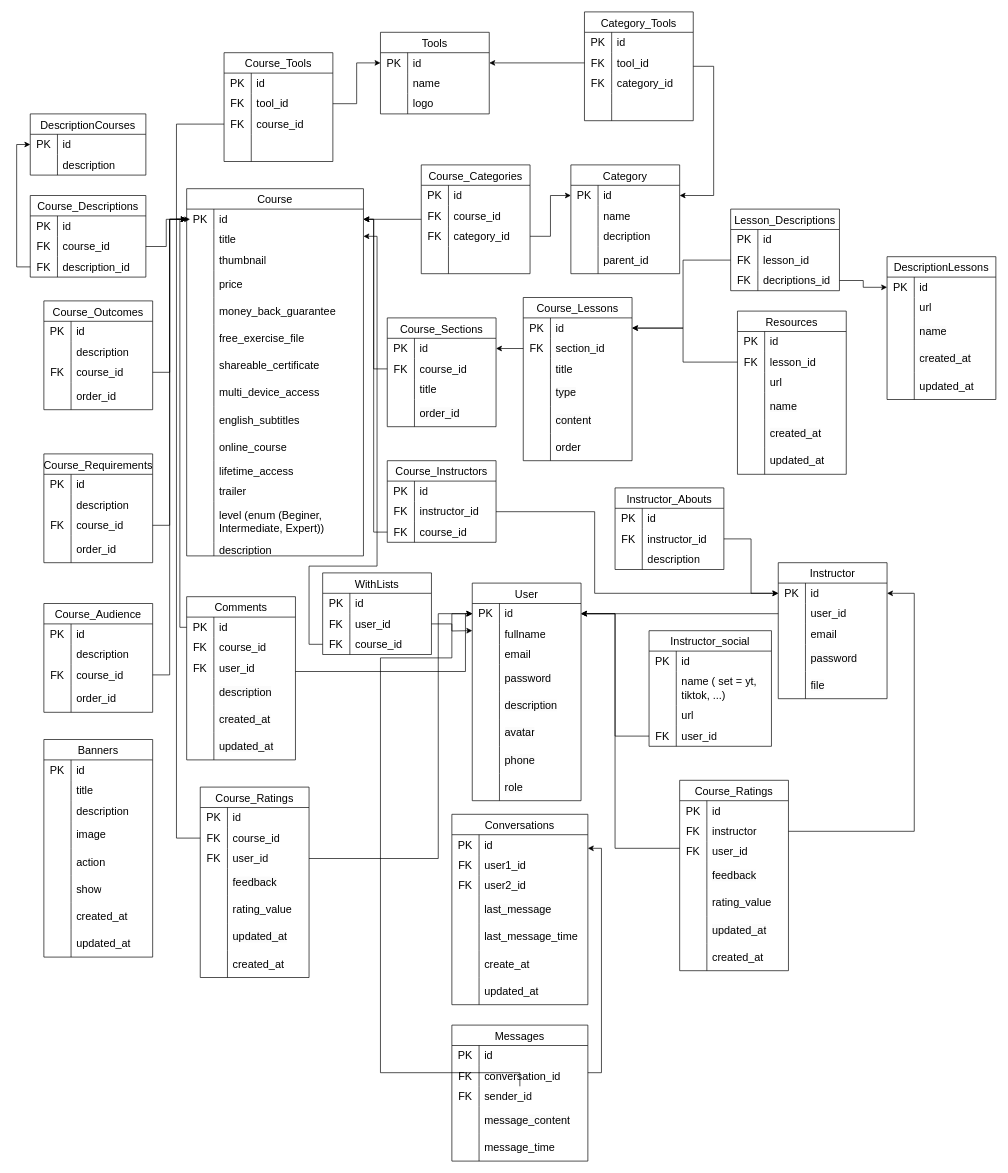
phuc1903/techstudent keeps this draw.io diagram as techstudent.drawio. Above is the earlier version. Source tidied: cells renumbered, new cells numbered last; positions are measured from the earlier drawing's top-left corner, leaving out a move shared by most shapes. Both pictures are drawn from the tidied source at 68%, with x=0, y=0 at pixel (16, 12).
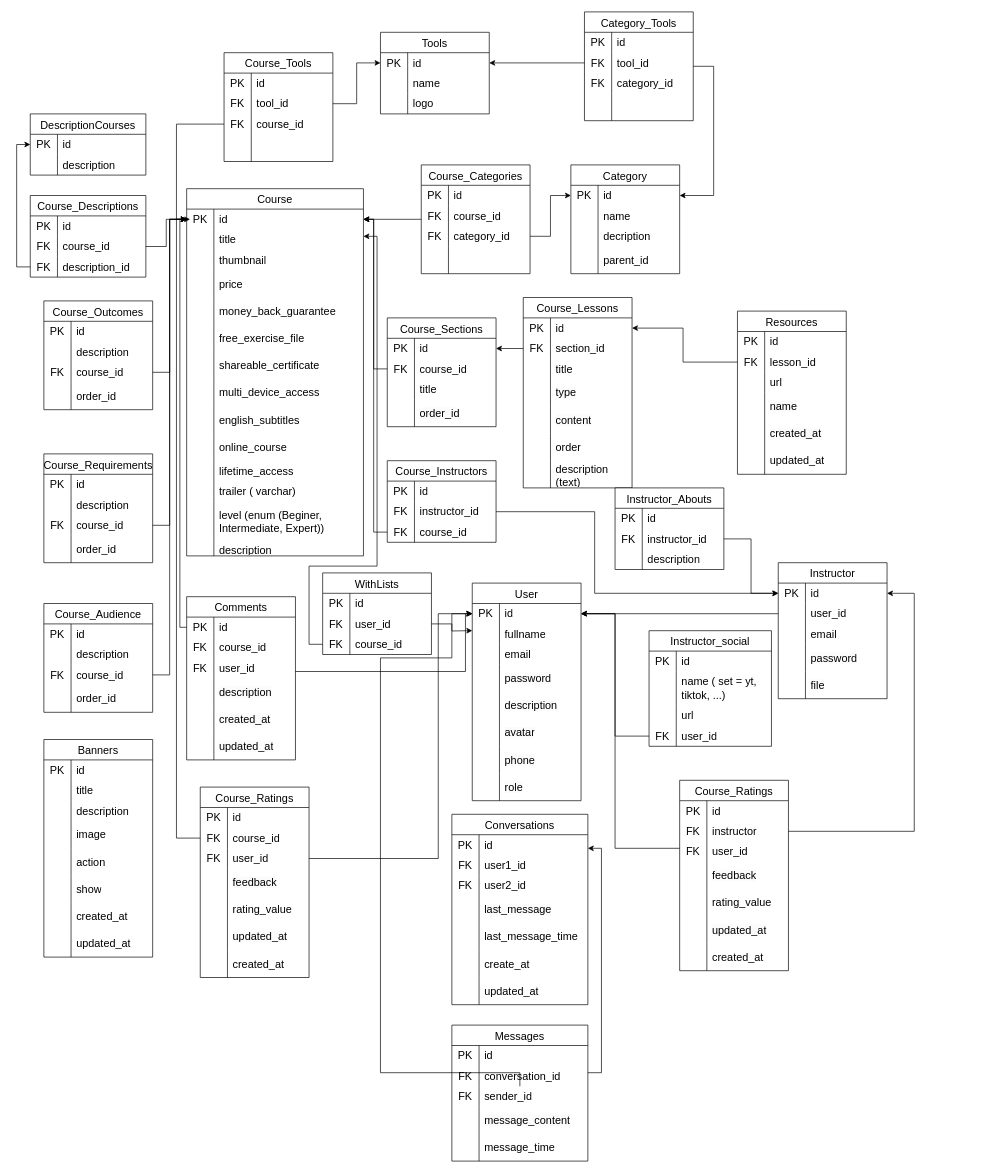
After the change.

Commit message:
Cập nhật techstudent.drawio

The change refers to these unchanged cells:
```xml
<mxCell id="36" style="shape=tableRow;horizontal=0;startSize=0;swimlaneHead=0;swimlaneBody=0;top=0;left=0;bottom=0;right=0;fillColor=none;strokeColor=inherit;fontSize=16;" parent="2" vertex="1">
  <mxGeometry y="430" width="260" height="30" as="geometry" />
</mxCell>
<mxCell id="137" style="shape=tableRow;horizontal=0;startSize=0;swimlaneHead=0;swimlaneBody=0;top=0;left=0;bottom=0;right=0;fillColor=none;points=[[0,0.5],[1,0.5]];portConstraint=eastwest;strokeColor=inherit;fontSize=16;" parent="136" vertex="1">
  <mxGeometry y="30" width="160" height="30" as="geometry" />
</mxCell>
```

Diff of the diagram source:
```diff
@@
-    <mxCell id="38" value="trailer" style="shape=partialRectangle;html=1;whiteSpace=wrap;fillColor=none;top=0;left=0;bottom=0;right=0;align=left;spacingLeft=6;overflow=hidden;strokeColor=inherit;fontSize=16;" parent="36" vertex="1">
+    <mxCell id="38" value="trailer ( varchar)" style="shape=partialRectangle;html=1;whiteSpace=wrap;fillColor=none;top=0;left=0;bottom=0;right=0;align=left;spacingLeft=6;overflow=hidden;strokeColor=inherit;fontSize=16;" parent="36" vertex="1">
       <mxGeometry x="40" width="220" height="30" as="geometry" />
     </mxCell>
@@
     <mxCell id="136" value="Course_Lessons" style="shape=table;startSize=30;childLayout=tableLayout;rowLines=0;fontStyle=0;strokeColor=default;fontSize=16;" parent="1" vertex="1">
-      <mxGeometry x="745" y="420" width="160" height="240" as="geometry" />
+      <mxGeometry x="745" y="420" width="160" height="280" as="geometry" />
     </mxCell>
@@
+    <mxCell id="482" style="shape=tableRow;horizontal=0;startSize=0;swimlaneHead=0;swimlaneBody=0;top=0;left=0;bottom=0;right=0;fillColor=none;strokeColor=inherit;fontSize=16;" parent="136" vertex="1">
+      <mxGeometry y="240" width="160" height="40" as="geometry" />
+    </mxCell>
+    <mxCell id="483" style="shape=partialRectangle;html=1;whiteSpace=wrap;fillColor=none;top=0;left=0;bottom=0;right=0;overflow=hidden;strokeColor=inherit;fontSize=16;" parent="482" vertex="1">
+      <mxGeometry width="40" height="40" as="geometry" />
+    </mxCell>
+    <mxCell id="484" value="description (text)" style="shape=partialRectangle;html=1;whiteSpace=wrap;fillColor=none;top=0;left=0;bottom=0;right=0;align=left;spacingLeft=6;overflow=hidden;strokeColor=inherit;fontSize=16;" parent="482" vertex="1">
+      <mxGeometry x="40" width="120" height="40" as="geometry" />
+    </mxCell>
@@
-    <mxCell id="442" value="DescriptionLessons" style="shape=table;startSize=30;childLayout=tableLayout;rowLines=0;fontStyle=0;strokeColor=default;fontSize=16;" parent="1" vertex="1">
-      <mxGeometry x="1280" y="360" width="160" height="210" as="geometry" />
-    </mxCell>
-    <mxCell id="443" style="shape=tableRow;horizontal=0;startSize=0;swimlaneHead=0;swimlaneBody=0;top=0;left=0;bottom=0;right=0;fillColor=none;points=[[0,0.5],[1,0.5]];portConstraint=eastwest;strokeColor=inherit;fontSize=16;" parent="442" vertex="1">
-      <mxGeometry y="30" width="160" height="30" as="geometry" />
-    </mxCell>
-    <mxCell id="444" value="PK" style="shape=partialRectangle;html=1;whiteSpace=wrap;fillColor=none;top=0;left=0;bottom=0;right=0;overflow=hidden;strokeColor=inherit;fontSize=16;" parent="443" vertex="1">
-      <mxGeometry width="40" height="30" as="geometry" />
-    </mxCell>
-    <mxCell id="445" value="id" style="shape=partialRectangle;html=1;whiteSpace=wrap;fillColor=none;top=0;left=0;bottom=0;right=0;align=left;spacingLeft=6;overflow=hidden;strokeColor=inherit;fontSize=16;" parent="443" vertex="1">
-      <mxGeometry x="40" width="120" height="30" as="geometry" />
-    </mxCell>
-    <mxCell id="446" style="shape=tableRow;horizontal=0;startSize=0;swimlaneHead=0;swimlaneBody=0;top=0;left=0;bottom=0;right=0;fillColor=none;strokeColor=inherit;fontSize=16;" parent="442" vertex="1">
-      <mxGeometry y="60" width="160" height="30" as="geometry" />
-    </mxCell>
-    <mxCell id="447" style="shape=partialRectangle;html=1;whiteSpace=wrap;fillColor=none;top=0;left=0;bottom=0;right=0;overflow=hidden;strokeColor=inherit;fontSize=16;" parent="446" vertex="1">
-      <mxGeometry width="40" height="30" as="geometry" />
-    </mxCell>
-    <mxCell id="448" value="url" style="shape=partialRectangle;html=1;whiteSpace=wrap;fillColor=none;top=0;left=0;bottom=0;right=0;align=left;spacingLeft=6;overflow=hidden;strokeColor=inherit;fontSize=16;" parent="446" vertex="1">
-      <mxGeometry x="40" width="120" height="30" as="geometry" />
-    </mxCell>
-    <mxCell id="449" style="shape=tableRow;horizontal=0;startSize=0;swimlaneHead=0;swimlaneBody=0;top=0;left=0;bottom=0;right=0;fillColor=none;strokeColor=inherit;fontSize=16;" parent="442" vertex="1">
-      <mxGeometry y="90" width="160" height="40" as="geometry" />
-    </mxCell>
-    <mxCell id="450" style="shape=partialRectangle;html=1;whiteSpace=wrap;fillColor=none;top=0;left=0;bottom=0;right=0;overflow=hidden;strokeColor=inherit;fontSize=16;" parent="449" vertex="1">
-      <mxGeometry width="40" height="40" as="geometry" />
-    </mxCell>
-    <mxCell id="451" value="&lt;span style=&quot;color: rgb(0, 0, 0); font-family: Helvetica; font-size: 16px; font-style: normal; font-variant-ligatures: normal; font-variant-caps: normal; font-weight: 400; letter-spacing: normal; orphans: 2; text-align: left; text-indent: 0px; text-transform: none; widows: 2; word-spacing: 0px; -webkit-text-stroke-width: 0px; white-space: normal; background-color: rgb(251, 251, 251); text-decoration-thickness: initial; text-decoration-style: initial; text-decoration-color: initial; display: inline !important; float: none;&quot;&gt;name&lt;/span&gt;" style="shape=partialRectangle;html=1;whiteSpace=wrap;fillColor=none;top=0;left=0;bottom=0;right=0;align=left;spacingLeft=6;overflow=hidden;strokeColor=inherit;fontSize=16;" parent="449" vertex="1">
-      <mxGeometry x="40" width="120" height="40" as="geometry" />
-    </mxCell>
-    <mxCell id="452" style="shape=tableRow;horizontal=0;startSize=0;swimlaneHead=0;swimlaneBody=0;top=0;left=0;bottom=0;right=0;fillColor=none;strokeColor=inherit;fontSize=16;" parent="442" vertex="1">
-      <mxGeometry y="130" width="160" height="40" as="geometry" />
-    </mxCell>
-    <mxCell id="453" style="shape=partialRectangle;html=1;whiteSpace=wrap;fillColor=none;top=0;left=0;bottom=0;right=0;overflow=hidden;strokeColor=inherit;fontSize=16;" parent="452" vertex="1">
-      <mxGeometry width="40" height="40" as="geometry" />
-    </mxCell>
-    <mxCell id="454" value="&lt;span style=&quot;color: rgb(0, 0, 0); font-family: Helvetica; font-size: 16px; font-style: normal; font-variant-ligatures: normal; font-variant-caps: normal; font-weight: 400; letter-spacing: normal; orphans: 2; text-align: left; text-indent: 0px; text-transform: none; widows: 2; word-spacing: 0px; -webkit-text-stroke-width: 0px; white-space: normal; background-color: rgb(251, 251, 251); text-decoration-thickness: initial; text-decoration-style: initial; text-decoration-color: initial; display: inline !important; float: none;&quot;&gt;created_at&lt;/span&gt;" style="shape=partialRectangle;html=1;whiteSpace=wrap;fillColor=none;top=0;left=0;bottom=0;right=0;align=left;spacingLeft=6;overflow=hidden;strokeColor=inherit;fontSize=16;" parent="452" vertex="1">
-      <mxGeometry x="40" width="120" height="40" as="geometry" />
-    </mxCell>
-    <mxCell id="455" style="shape=tableRow;horizontal=0;startSize=0;swimlaneHead=0;swimlaneBody=0;top=0;left=0;bottom=0;right=0;fillColor=none;strokeColor=inherit;fontSize=16;" parent="442" vertex="1">
-      <mxGeometry y="170" width="160" height="40" as="geometry" />
-    </mxCell>
-    <mxCell id="456" style="shape=partialRectangle;html=1;whiteSpace=wrap;fillColor=none;top=0;left=0;bottom=0;right=0;overflow=hidden;strokeColor=inherit;fontSize=16;" parent="455" vertex="1">
-      <mxGeometry width="40" height="40" as="geometry" />
-    </mxCell>
-    <mxCell id="457" value="updated_at" style="shape=partialRectangle;html=1;whiteSpace=wrap;fillColor=none;top=0;left=0;bottom=0;right=0;align=left;spacingLeft=6;overflow=hidden;strokeColor=inherit;fontSize=16;" parent="455" vertex="1">
-      <mxGeometry x="40" width="120" height="40" as="geometry" />
-    </mxCell>
@@
-    <mxCell id="470" value="Lesson_Descriptions" style="shape=table;startSize=30;childLayout=tableLayout;rowLines=0;fontStyle=0;strokeColor=default;fontSize=16;" parent="1" vertex="1">
-      <mxGeometry x="1050" y="290" width="160" height="120" as="geometry" />
-    </mxCell>
-    <mxCell id="471" style="shape=tableRow;horizontal=0;startSize=0;swimlaneHead=0;swimlaneBody=0;top=0;left=0;bottom=0;right=0;fillColor=none;strokeColor=inherit;fontSize=16;" parent="470" vertex="1">
-      <mxGeometry y="30" width="160" height="30" as="geometry" />
-    </mxCell>
-    <mxCell id="472" value="PK" style="shape=partialRectangle;html=1;whiteSpace=wrap;fillColor=none;top=0;left=0;bottom=0;right=0;overflow=hidden;strokeColor=inherit;fontSize=16;" parent="471" vertex="1">
-      <mxGeometry width="40" height="30" as="geometry" />
-    </mxCell>
-    <mxCell id="473" value="id" style="shape=partialRectangle;html=1;whiteSpace=wrap;fillColor=none;top=0;left=0;bottom=0;right=0;align=left;spacingLeft=6;overflow=hidden;strokeColor=inherit;fontSize=16;" parent="471" vertex="1">
-      <mxGeometry x="40" width="120" height="30" as="geometry" />
-    </mxCell>
-    <mxCell id="474" style="shape=tableRow;horizontal=0;startSize=0;swimlaneHead=0;swimlaneBody=0;top=0;left=0;bottom=0;right=0;fillColor=none;points=[[0,0.5],[1,0.5]];portConstraint=eastwest;strokeColor=inherit;fontSize=16;" parent="470" vertex="1">
-      <mxGeometry y="60" width="160" height="30" as="geometry" />
-    </mxCell>
-    <mxCell id="475" value="FK" style="shape=partialRectangle;html=1;whiteSpace=wrap;fillColor=none;top=0;left=0;bottom=0;right=0;overflow=hidden;strokeColor=inherit;fontSize=16;" parent="474" vertex="1">
-      <mxGeometry width="40" height="30" as="geometry" />
-    </mxCell>
-    <mxCell id="476" value="lesson_id" style="shape=partialRectangle;html=1;whiteSpace=wrap;fillColor=none;top=0;left=0;bottom=0;right=0;align=left;spacingLeft=6;overflow=hidden;strokeColor=inherit;fontSize=16;" parent="474" vertex="1">
-      <mxGeometry x="40" width="120" height="30" as="geometry" />
-    </mxCell>
-    <mxCell id="477" style="shape=tableRow;horizontal=0;startSize=0;swimlaneHead=0;swimlaneBody=0;top=0;left=0;bottom=0;right=0;fillColor=none;points=[[0,0.5],[1,0.5]];portConstraint=eastwest;strokeColor=inherit;fontSize=16;" parent="470" vertex="1">
-      <mxGeometry y="90" width="160" height="30" as="geometry" />
-    </mxCell>
-    <mxCell id="478" value="FK" style="shape=partialRectangle;html=1;whiteSpace=wrap;fillColor=none;top=0;left=0;bottom=0;right=0;overflow=hidden;strokeColor=inherit;fontSize=16;" parent="477" vertex="1">
-      <mxGeometry width="40" height="30" as="geometry" />
-    </mxCell>
-    <mxCell id="479" value="decriptions_id" style="shape=partialRectangle;html=1;whiteSpace=wrap;fillColor=none;top=0;left=0;bottom=0;right=0;align=left;spacingLeft=6;overflow=hidden;strokeColor=inherit;fontSize=16;" parent="477" vertex="1">
-      <mxGeometry x="40" width="120" height="30" as="geometry" />
-    </mxCell>
-    <mxCell id="480" style="edgeStyle=orthogonalEdgeStyle;rounded=0;jettySize=auto;html=1;" parent="1" edge="1" source="477" target="443">
-      <mxGeometry relative="1" as="geometry" />
-    </mxCell>
-    <mxCell id="481" style="edgeStyle=orthogonalEdgeStyle;rounded=0;jettySize=auto;html=1;" parent="1" edge="1" source="474" target="137">
-      <mxGeometry relative="1" as="geometry">
-        <Array as="points">
-          <mxPoint x="980" y="365" />
-          <mxPoint x="980" y="465" />
-        </Array>
-      </mxGeometry>
-    </mxCell>
```
